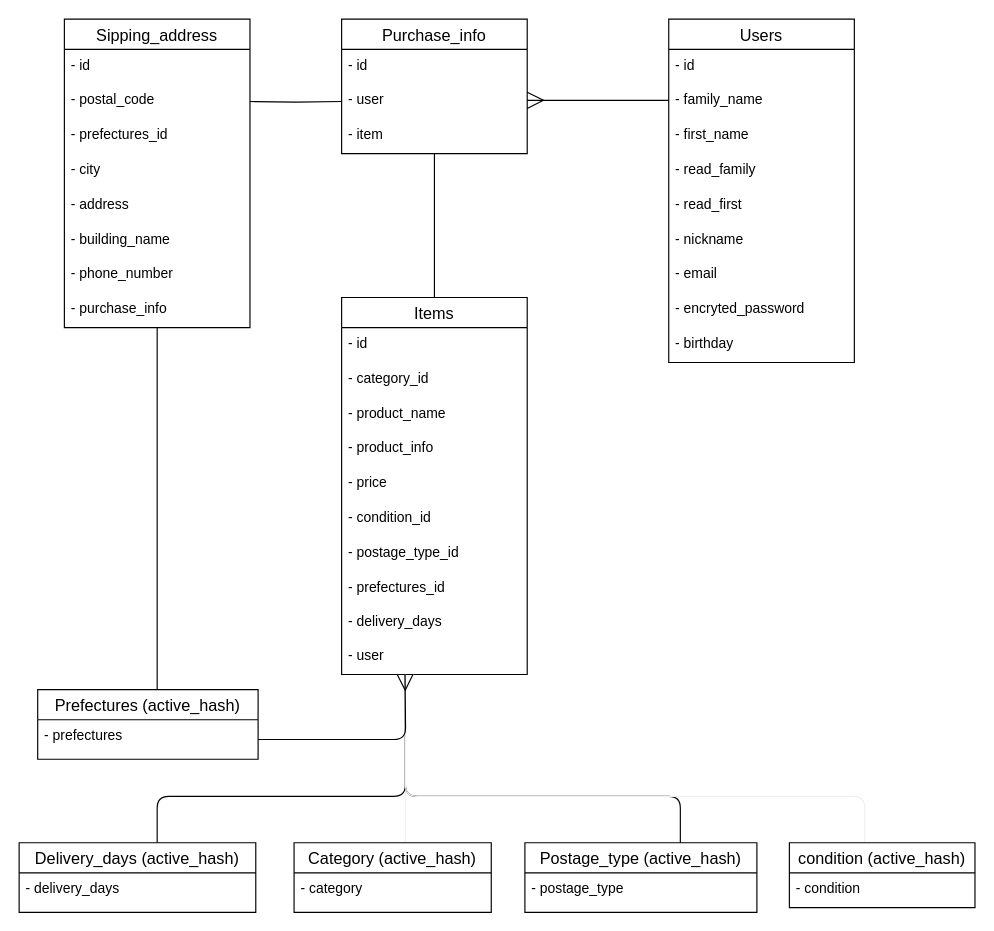
This is erd.dio from syunryokei/furima-35656, a draw.io file, before an edit. Source tidied: cells renumbered, new cells numbered last; positions are measured from the earlier drawing's top-left corner, leaving out a move shared by most shapes. Both pictures are drawn from the tidied source at 116%, with x=0, y=0 at pixel (19, 19).
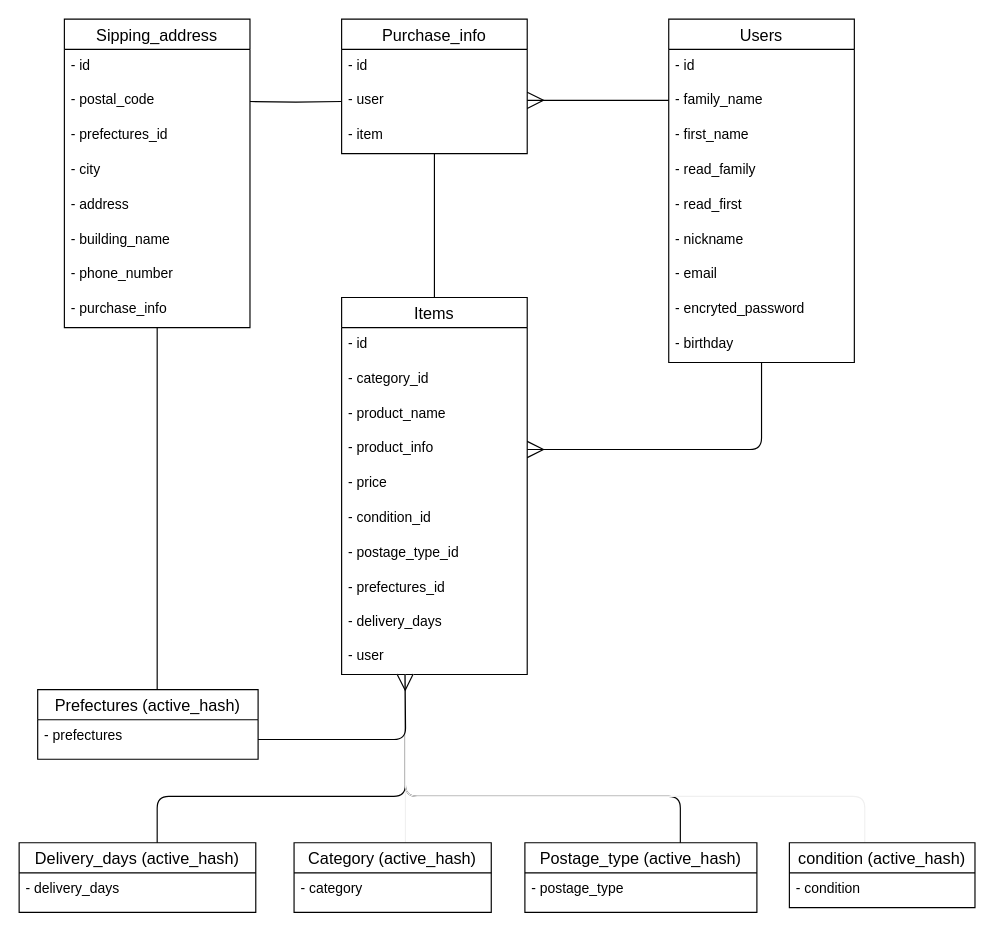
The same diagram, later.

Commit message:
ER図（user-item間アソシエーション）修正

Unchanged cells that the change refers to:
```xml
<mxCell id="2" value="Users" style="swimlane;fontStyle=0;horizontal=1;startSize=26;align=center;fontSize=14;direction=east;" parent="1" vertex="1">
  <mxGeometry x="560" width="160" height="296" as="geometry" />
</mxCell>
<mxCell id="17" value="- product_info" style="text;strokeColor=none;fillColor=none;spacingLeft=4;spacingRight=4;overflow=hidden;points=[[0,0.5],[1,0.5]];portConstraint=eastwest;fontSize=12;" parent="13" vertex="1">
  <mxGeometry y="116" width="160" height="30" as="geometry" />
</mxCell>
```

Diff of the diagram source:
```diff
@@
+    <mxCell id="55" style="edgeStyle=orthogonalEdgeStyle;rounded=1;jettySize=auto;html=1;entryX=1;entryY=0.5;entryDx=0;entryDy=0;endArrow=ERmany;endFill=0;endSize=12;" parent="1" edge="1" source="2" target="17">
+      <mxGeometry relative="1" as="geometry" />
+    </mxCell>
```
